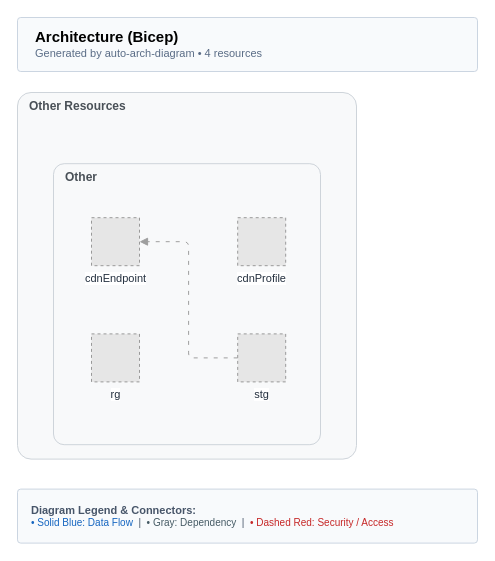
The draw.io diagram examples/serverless-website/azure/bicep/architecture-diagram.drawio in suryakumaran2611/auto-arch-diagram, before the edit. Source tidied: cells renumbered, new cells numbered last; positions are measured from the earlier drawing's top-left corner, leaving out a move shared by most shapes. Both pictures are drawn from the tidied source at 100%, with x=0, y=0 at pixel (17, 17). Pictures stored in the file or linked from it are replaced by grey dashed boxes.
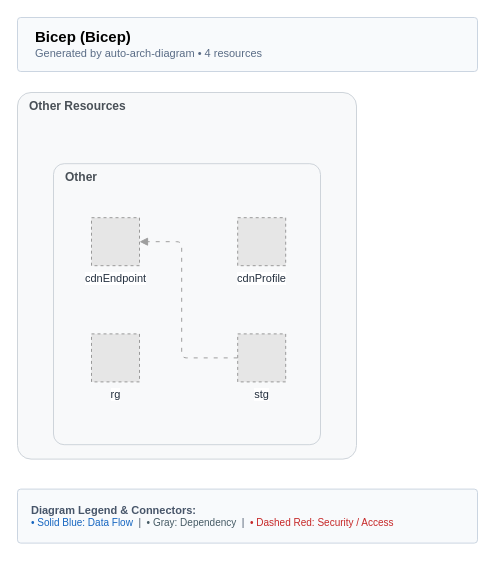
After the change.

Change to the diagram source:
```diff
@@
 <mxGraphModel background="#FFFFFF">
   <root>
     <mxCell id="0" />
     <mxCell id="1" parent="0" />
-    <mxCell id="2" value="&lt;b style='font-size:15px;'&gt;Architecture (Bicep)&lt;/b&gt;&lt;br/&gt;&lt;span style='font-size:11px;color:#5A6C86;'&gt;Generated by auto-arch-diagram &amp;bull; 4 resources&lt;/span&gt;" style="rounded=1;whiteSpace=wrap;html=1;arcSize=6;fillColor=#F8FAFC;strokeColor=#CBD5E1;strokeWidth=1;align=left;spacingLeft=16;verticalAlign=middle;" parent="1" vertex="1">
+    <mxCell id="2" value="&lt;b style='font-size:15px;'&gt;Bicep (Bicep)&lt;/b&gt;&lt;br/&gt;&lt;span style='font-size:11px;color:#5A6C86;'&gt;Generated by auto-arch-diagram &amp;bull; 4 resources&lt;/span&gt;" style="rounded=1;whiteSpace=wrap;html=1;arcSize=6;fillColor=#F8FAFC;strokeColor=#CBD5E1;strokeWidth=1;align=left;spacingLeft=16;verticalAlign=middle;" parent="1" vertex="1">
       <mxGeometry width="460" height="54" as="geometry" />
     </mxCell>
     <mxCell id="3" value="Other Resources" style="rounded=1;whiteSpace=wrap;html=1;arcSize=4;verticalAlign=top;align=left;spacingLeft=10;fontSize=12;fontStyle=1;fillColor=#F8F9FA;strokeColor=#CED4DA;fontColor=#495057;" parent="1" vertex="1">
       <mxGeometry y="75" width="339" height="366.6" as="geometry" />
     </mxCell>
     <mxCell id="4" value="Other" style="rounded=1;whiteSpace=wrap;html=1;arcSize=4;verticalAlign=top;align=left;spacingLeft=10;fontSize=12;fontStyle=1;fillColor=#F8F9FA;strokeColor=#CED4DA;fontColor=#495057;" parent="3" vertex="1">
       <mxGeometry x="36" y="71.2" width="267" height="281" as="geometry" />
     </mxCell>
     <mxCell id="5" value="cdnEndpoint" style="fillColor=#E6E6E6;strokeColor=#999999;dashed=1;html=1;verticalLabelPosition=bottom;verticalAlign=top;fontSize=11;fontColor=#232F3E;labelBackgroundColor=#FFFFFF;" parent="4" vertex="1">
       <mxGeometry x="38" y="54" width="48" height="48" as="geometry" />
     </mxCell>
     <mxCell id="6" value="cdnProfile" style="fillColor=#E6E6E6;strokeColor=#999999;dashed=1;html=1;verticalLabelPosition=bottom;verticalAlign=top;fontSize=11;fontColor=#232F3E;labelBackgroundColor=#FFFFFF;" parent="4" vertex="1">
       <mxGeometry x="184.2" y="54" width="48" height="48" as="geometry" />
     </mxCell>
     <mxCell id="7" value="rg" style="fillColor=#E6E6E6;strokeColor=#999999;dashed=1;html=1;verticalLabelPosition=bottom;verticalAlign=top;fontSize=11;fontColor=#232F3E;labelBackgroundColor=#FFFFFF;" parent="4" vertex="1">
       <mxGeometry x="38" y="170.2" width="48" height="48" as="geometry" />
     </mxCell>
     <mxCell id="8" value="stg" style="fillColor=#E6E6E6;strokeColor=#999999;dashed=1;html=1;verticalLabelPosition=bottom;verticalAlign=top;fontSize=11;fontColor=#232F3E;labelBackgroundColor=#FFFFFF;" parent="4" vertex="1">
       <mxGeometry x="184.2" y="170.2" width="48" height="48" as="geometry" />
     </mxCell>
     <mxCell id="9" value="&lt;b style='font-size:11px;'&gt;Diagram Legend &amp;amp; Connectors:&lt;/b&gt;&lt;br/&gt;&lt;span style='color:#1565C0;'&gt;&amp;bull; Solid Blue: Data Flow&lt;/span&gt; &amp;nbsp;|&amp;nbsp; &lt;span style='color:#455A64;'&gt;&amp;bull; Gray: Dependency&lt;/span&gt; &amp;nbsp;|&amp;nbsp; &lt;span style='color:#C62828;'&gt;&amp;bull; Dashed Red: Security / Access&lt;/span&gt;" style="rounded=1;whiteSpace=wrap;html=1;arcSize=6;fillColor=#F8FAFC;strokeColor=#CBD5E1;strokeWidth=1;fontSize=10;fontColor=#475569;align=left;spacingLeft=12;spacingRight=12;verticalAlign=middle;" parent="1" vertex="1">
       <mxGeometry y="471.6" width="460" height="54" as="geometry" />
     </mxCell>
-    <mxCell id="10" style="edgeStyle=orthogonalEdgeStyle;rounded=1;arcSize=10;html=1;jettySize=14;curved=0;strokeColor=#9E9E9E;strokeWidth=1.0;dashed=1;dashPattern=4 6;fixDash=1;endArrow=block;endFill=1;endArrowSize=5;exitX=0;exitY=0.5;exitDx=0;exitDy=0;entryX=1;entryY=0.5;entryDx=0;entryDy=0;" parent="1" edge="1" source="8" target="5">
-      <mxGeometry relative="1" as="geometry" />
+    <mxCell id="10" style="edgeStyle=orthogonalEdgeStyle;rounded=1;arcSize=10;html=1;jettySize=auto;curved=0;jumpStyle=arc;jumpSize=6;strokeColor=#9E9E9E;strokeWidth=1.0;dashed=1;dashPattern=4 6;fixDash=1;endArrow=block;endFill=1;endArrowSize=5;exitX=0;exitY=0.5;exitDx=0;exitDy=0;entryX=1;entryY=0.5;entryDx=0;entryDy=0;" parent="1" edge="1" source="8" target="5">
+      <mxGeometry relative="1" as="geometry">
+        <Array as="points">
+          <mxPoint x="164.2" y="340.4" />
+          <mxPoint x="164.2" y="224.2" />
+        </Array>
+      </mxGeometry>
     </mxCell>
   </root>
 </mxGraphModel>
```
